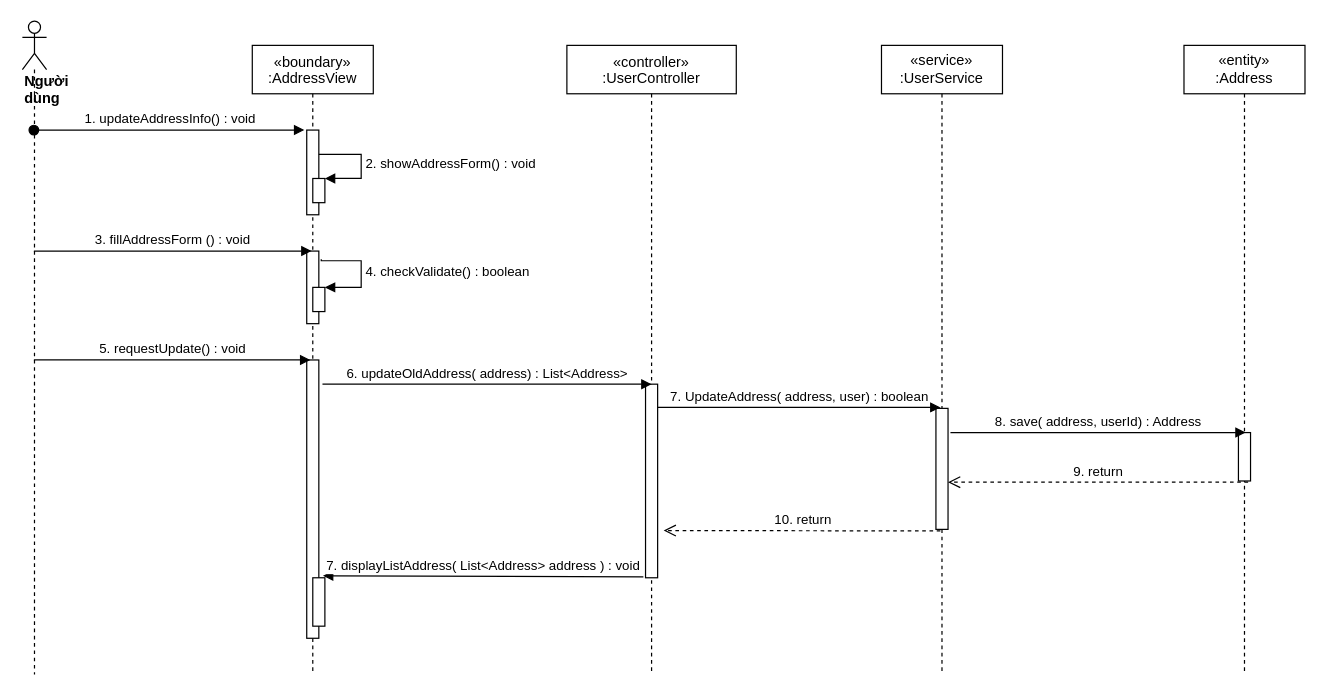
Above: sequence diagram/update-oldAddress.drawio in nguyenphamvan/datn_20202 (draw.io), before the change. Source tidied: cells renumbered, new cells numbered last; positions are measured from the earlier drawing's top-left corner, leaving out a move shared by most shapes. Both pictures are drawn from the tidied source at 121%, with x=0, y=0 at pixel (22, 21).
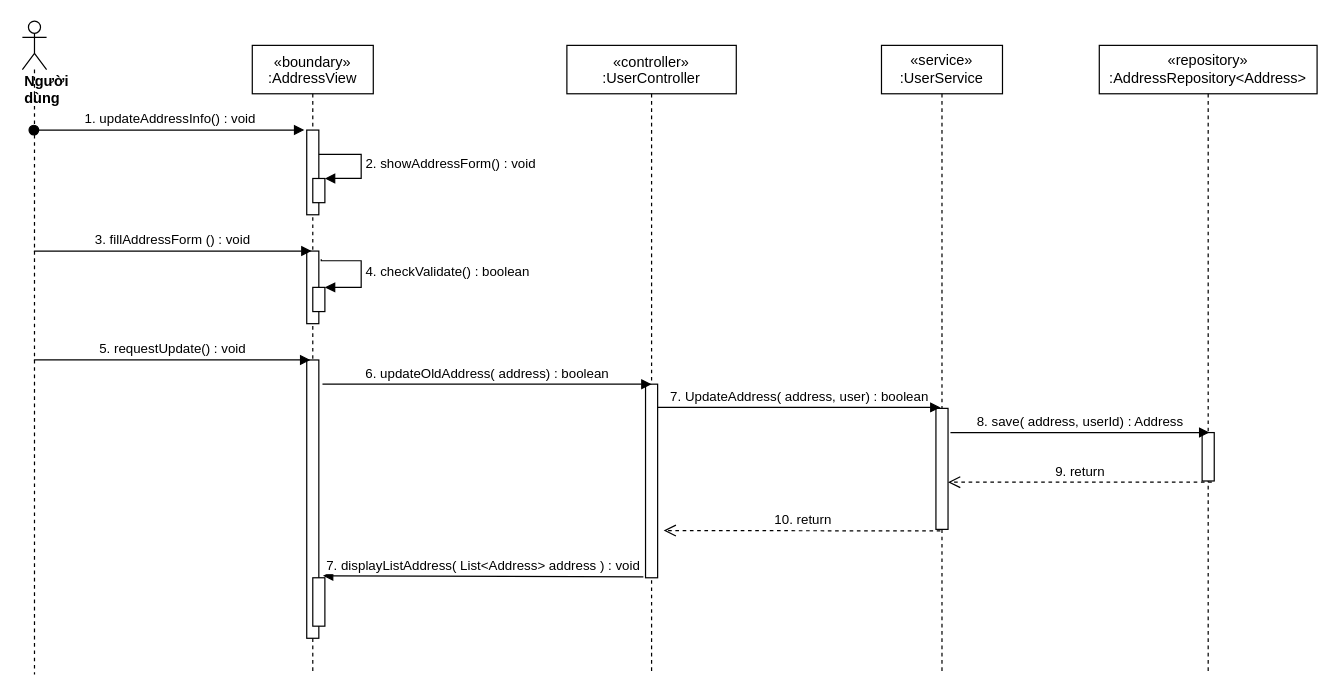
Above is the later version.

The change refers to these unchanged cells:
```xml
<mxCell id="12" style="points=[];perimeter=orthogonalPerimeter;rounded=0;shadow=0;strokeWidth=1;" parent="11" vertex="1">
  <mxGeometry x="65" y="280" width="10" height="160" as="geometry" />
</mxCell>
```

What changed in the source:
```diff
@@
-    <mxCell id="19" value="6. updateOldAddress( address) : List&amp;lt;Address&amp;gt;" style="html=1;verticalAlign=bottom;endArrow=block;entryX=0.5;entryY=0;entryDx=0;entryDy=0;entryPerimeter=0;" parent="1" edge="1" target="12">
+    <mxCell id="19" value="6. updateOldAddress( address) : boolean" style="html=1;verticalAlign=bottom;endArrow=block;entryX=0.5;entryY=0;entryDx=0;entryDy=0;entryPerimeter=0;" parent="1" edge="1" target="12">
       <mxGeometry relative="1" as="geometry">
         <mxPoint x="248" y="300" as="sourcePoint" />
       </mxGeometry>
     </mxCell>
-    <mxCell id="20" value="&lt;span&gt;«entity»&lt;br&gt;&lt;/span&gt;:Address" style="shape=umlLifeline;perimeter=lifelinePerimeter;whiteSpace=wrap;html=1;" parent="1" vertex="1">
-      <mxGeometry x="960" y="20" width="100" height="520" as="geometry" />
+    <mxCell id="20" value="&lt;span&gt;«repository»&lt;br&gt;&lt;/span&gt;:AddressRepository&amp;lt;Address&amp;gt;" style="shape=umlLifeline;perimeter=lifelinePerimeter;whiteSpace=wrap;html=1;" parent="1" vertex="1">
+      <mxGeometry x="890" y="20" width="180" height="520" as="geometry" />
     </mxCell>
     <mxCell id="21" style="points=[];perimeter=orthogonalPerimeter;rounded=0;shadow=0;strokeWidth=1;" parent="20" vertex="1">
-      <mxGeometry x="45" y="320" width="10" height="40" as="geometry" />
+      <mxGeometry x="85" y="320" width="10" height="40" as="geometry" />
     </mxCell>
```
